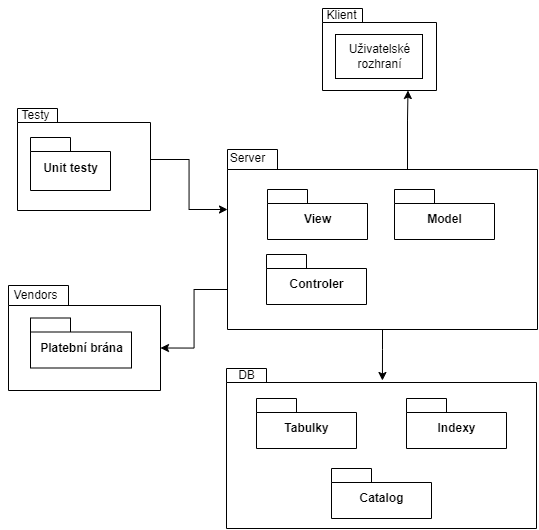
michaelslavev/4IT575-seminarni-prace keeps this draw.io diagram as Monolit/assets/diagram-modulů-monilit.png. Above is the earlier version. Source tidied: cells renumbered, new cells last; positions are measured from the earlier drawing's top-left corner, leaving out a move shared by most shapes.
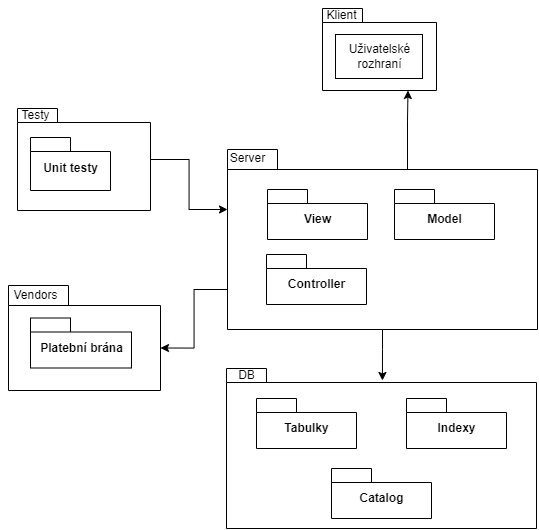
After the commit.

Commit message:
diagram modulů update

Diff of the diagram source:
```diff
@@ -38,7 +38,7 @@
     <mxCell id="13" value="View" style="shape=folder;fontStyle=1;spacingTop=10;tabWidth=40;tabHeight=14;tabPosition=left;html=1;" parent="1" vertex="1">
       <mxGeometry x="267" y="189" width="100" height="50" as="geometry" />
     </mxCell>
-    <mxCell id="14" value="Controler" style="shape=folder;fontStyle=1;spacingTop=10;tabWidth=40;tabHeight=14;tabPosition=left;html=1;" parent="1" vertex="1">
+    <mxCell id="14" value="Controller" style="shape=folder;fontStyle=1;spacingTop=10;tabWidth=40;tabHeight=14;tabPosition=left;html=1;" parent="1" vertex="1">
       <mxGeometry x="266" y="254" width="100" height="50" as="geometry" />
     </mxCell>
     <mxCell id="15" style="edgeStyle=orthogonalEdgeStyle;rounded=0;jettySize=auto;html=1;entryX=0;entryY=0;entryDx=0;entryDy=60;entryPerimeter=0;" parent="1" edge="1" source="16" target="10">
```
